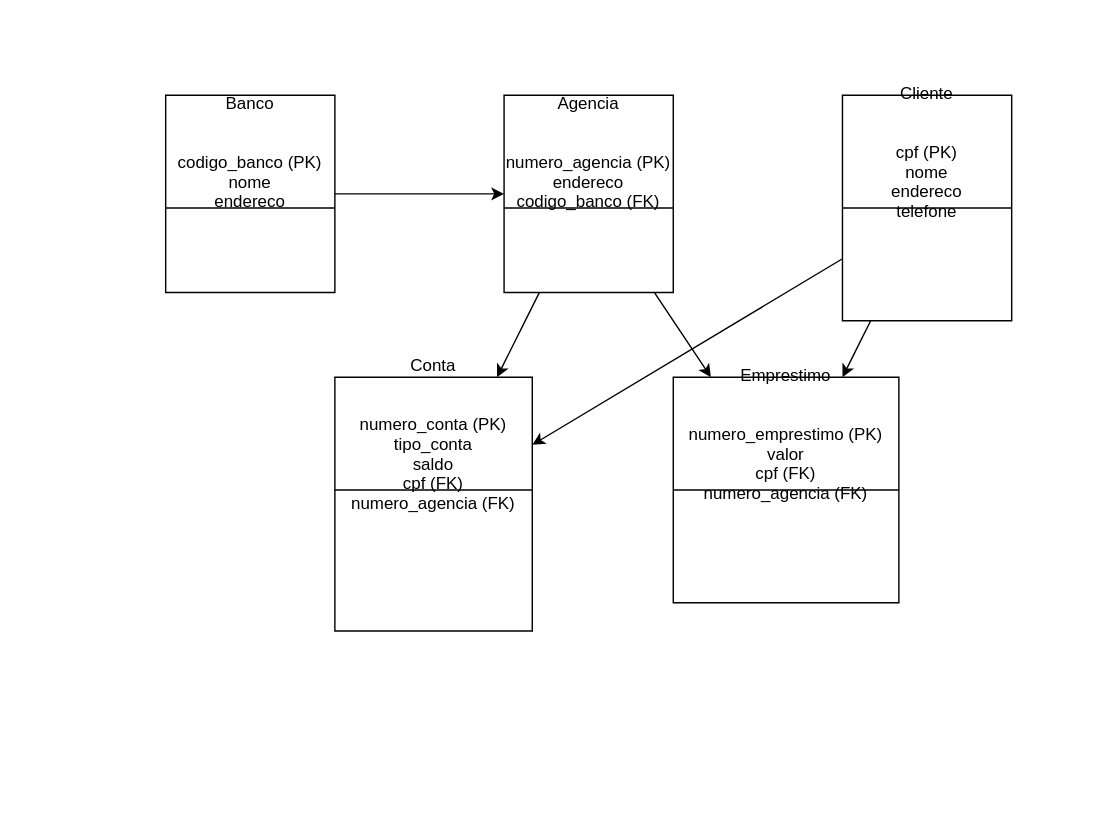
Earlier version of the draw.io diagram Untitled Diagram.drawio (gv01d/BD). Source tidied: cells renumbered, new cells numbered last; positions are measured from the earlier drawing's top-left corner, leaving out a move shared by most shapes. Both pictures are drawn from the tidied source at 141%, with x=0, y=0 at pixel (165, 94).
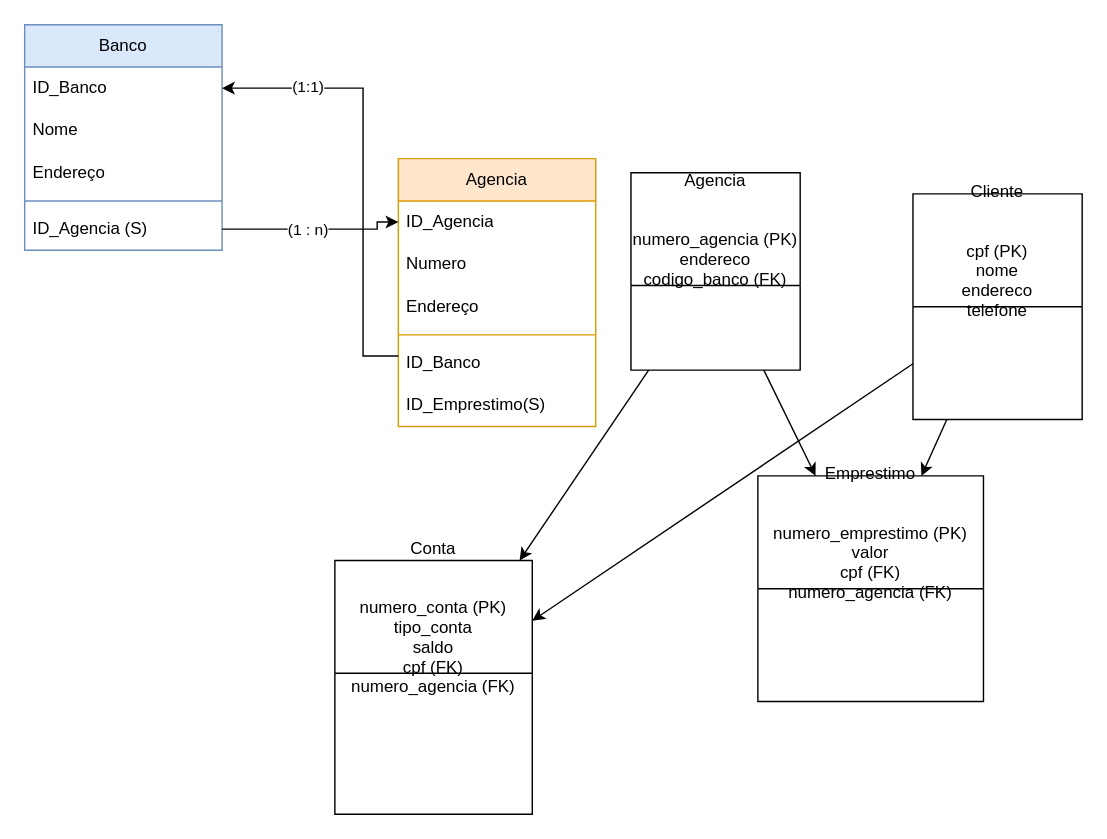
Above is the later version.

Diff of the diagram source:
```diff
@@
-    <mxCell id="2" value="Banco&#10;&#10;&#10;codigo_banco (PK)&#10;nome&#10;endereco" style="shape=swimlane;horizontal=1;startSize=80;swimlaneFillColor=#ffffff;" parent="1" vertex="1">
-      <mxGeometry width="120" height="140" as="geometry" />
-    </mxCell>
     <mxCell id="3" value="Agencia&#10;&#10;&#10;numero_agencia (PK)&#10;endereco&#10;codigo_banco (FK)" style="shape=swimlane;horizontal=1;startSize=80;swimlaneFillColor=#ffffff;" parent="1" vertex="1">
-      <mxGeometry x="240" width="120" height="140" as="geometry" />
+      <mxGeometry x="330" y="55" width="120" height="140" as="geometry" />
     </mxCell>
     <mxCell id="4" value="Cliente&#10;&#10;&#10;cpf (PK)&#10;nome&#10;endereco&#10;telefone" style="shape=swimlane;horizontal=1;startSize=80;swimlaneFillColor=#ffffff;" parent="1" vertex="1">
-      <mxGeometry x="480" width="120" height="160" as="geometry" />
+      <mxGeometry x="530" y="70" width="120" height="160" as="geometry" />
     </mxCell>
     <mxCell id="5" value="Conta&#10;&#10;&#10;numero_conta (PK)&#10;tipo_conta&#10;saldo&#10;cpf (FK)&#10;numero_agencia (FK)" style="shape=swimlane;horizontal=1;startSize=80;swimlaneFillColor=#ffffff;" parent="1" vertex="1">
-      <mxGeometry x="120" y="200" width="140" height="180" as="geometry" />
+      <mxGeometry x="120" y="330" width="140" height="180" as="geometry" />
     </mxCell>
     <mxCell id="6" value="Emprestimo&#10;&#10;&#10;numero_emprestimo (PK)&#10;valor&#10;cpf (FK)&#10;numero_agencia (FK)" style="shape=swimlane;horizontal=1;startSize=80;swimlaneFillColor=#ffffff;" parent="1" vertex="1">
-      <mxGeometry x="360" y="200" width="160" height="160" as="geometry" />
+      <mxGeometry x="420" y="270" width="160" height="160" as="geometry" />
     </mxCell>
-    <mxCell id="7" parent="1" edge="1" source="2" target="3">
-      <mxGeometry relative="1" as="geometry" />
-    </mxCell>
@@
+    <mxCell id="12" value="Banco" style="swimlane;fontStyle=0;horizontal=1;startSize=30;whiteSpace=wrap;html=1;fillColor=#dae8fc;strokeColor=#6c8ebf;" parent="1" vertex="1">
+      <mxGeometry x="-100" y="-50" width="140" height="160" as="geometry" />
+    </mxCell>
+    <mxCell id="13" value="ID_Banco" style="text;strokeColor=none;fillColor=none;align=left;verticalAlign=middle;spacingLeft=4;spacingRight=4;overflow=hidden;points=[[0,0.5],[1,0.5]];portConstraint=eastwest;whiteSpace=wrap;html=1;" parent="12" vertex="1">
+      <mxGeometry y="30" width="140" height="30" as="geometry" />
+    </mxCell>
+    <mxCell id="14" value="Nome" style="text;strokeColor=none;fillColor=none;align=left;verticalAlign=middle;spacingLeft=4;spacingRight=4;overflow=hidden;whiteSpace=wrap;html=1;" parent="12" vertex="1">
+      <mxGeometry y="60" width="140" height="30" as="geometry" />
+    </mxCell>
+    <mxCell id="15" value="Endereço" style="text;strokeColor=none;fillColor=none;align=left;verticalAlign=middle;spacingLeft=4;spacingRight=4;overflow=hidden;whiteSpace=wrap;html=1;" parent="12" vertex="1">
+      <mxGeometry y="90" width="140" height="30" as="geometry" />
+    </mxCell>
+    <mxCell id="16" style="line;strokeWidth=1;html=1;fillColor=#dae8fc;strokeColor=#6c8ebf;" parent="12" vertex="1">
+      <mxGeometry y="120" width="140" height="10" as="geometry" />
+    </mxCell>
+    <mxCell id="17" value="ID_Agencia (S)" style="text;strokeColor=none;fillColor=none;align=left;verticalAlign=middle;spacingLeft=4;spacingRight=4;overflow=hidden;points=[[0,0.5],[1,0.5]];portConstraint=eastwest;whiteSpace=wrap;html=1;" parent="12" vertex="1">
+      <mxGeometry y="130" width="140" height="30" as="geometry" />
+    </mxCell>
+    <mxCell id="18" value="Agencia" style="swimlane;fontStyle=0;horizontal=1;startSize=30;whiteSpace=wrap;html=1;fillColor=#ffe6cc;strokeColor=#d79b00;" parent="1" vertex="1">
+      <mxGeometry x="165" y="45" width="140" height="190" as="geometry" />
+    </mxCell>
+    <mxCell id="19" value="ID_Agencia" style="text;strokeColor=none;fillColor=none;align=left;verticalAlign=middle;spacingLeft=4;spacingRight=4;overflow=hidden;points=[[0,0.5],[1,0.5]];portConstraint=eastwest;whiteSpace=wrap;html=1;" parent="18" vertex="1">
+      <mxGeometry y="30" width="140" height="30" as="geometry" />
+    </mxCell>
+    <mxCell id="20" value="Numero" style="text;strokeColor=none;fillColor=none;align=left;verticalAlign=middle;spacingLeft=4;spacingRight=4;overflow=hidden;whiteSpace=wrap;html=1;" parent="18" vertex="1">
+      <mxGeometry y="60" width="140" height="30" as="geometry" />
+    </mxCell>
+    <mxCell id="21" value="Endereço" style="text;strokeColor=none;fillColor=none;align=left;verticalAlign=middle;spacingLeft=4;spacingRight=4;overflow=hidden;whiteSpace=wrap;html=1;" parent="18" vertex="1">
+      <mxGeometry y="90" width="140" height="30" as="geometry" />
+    </mxCell>
+    <mxCell id="22" style="line;strokeWidth=1;html=1;fillColor=#ffe6cc;strokeColor=#d79b00;" parent="18" vertex="1">
+      <mxGeometry y="120" width="140" height="10" as="geometry" />
+    </mxCell>
+    <mxCell id="23" value="ID_Banco" style="text;strokeColor=none;fillColor=none;align=left;verticalAlign=middle;spacingLeft=4;spacingRight=4;overflow=hidden;points=[[0,0.5],[1,0.5]];portConstraint=eastwest;whiteSpace=wrap;html=1;" parent="18" vertex="1">
+      <mxGeometry y="130" width="140" height="30" as="geometry" />
+    </mxCell>
+    <mxCell id="24" value="ID_Emprestimo(S)" style="text;strokeColor=none;fillColor=none;align=left;verticalAlign=middle;spacingLeft=4;spacingRight=4;overflow=hidden;whiteSpace=wrap;html=1;" parent="18" vertex="1">
+      <mxGeometry y="160" width="140" height="30" as="geometry" />
+    </mxCell>
+    <mxCell id="25" style="edgeStyle=orthogonalEdgeStyle;rounded=0;jettySize=auto;html=1;" parent="1" edge="1" source="23" target="13">
+      <mxGeometry relative="1" as="geometry">
+        <Array as="points">
+          <mxPoint x="140" y="185" />
+          <mxPoint x="140" y="-5" />
+        </Array>
+      </mxGeometry>
+    </mxCell>
+    <mxCell id="26" value="(1:1)" style="edgeLabel;html=1;align=center;verticalAlign=middle;" parent="25" vertex="1">
+      <mxGeometry x="-0.05" y="5" relative="1" as="geometry">
+        <mxPoint x="-35" y="-66" as="offset" />
+      </mxGeometry>
+    </mxCell>
+    <mxCell id="27" style="edgeStyle=orthogonalEdgeStyle;rounded=0;jettySize=auto;html=1;" parent="1" edge="1" source="17" target="19">
+      <mxGeometry relative="1" as="geometry">
+        <Array as="points">
+          <mxPoint x="150" y="95" />
+          <mxPoint x="150" y="90" />
+        </Array>
+      </mxGeometry>
+    </mxCell>
+    <mxCell id="28" value="(1 : n)" style="edgeLabel;html=1;align=center;verticalAlign=middle;" parent="27" vertex="1">
+      <mxGeometry x="-0.19" y="1" relative="1" as="geometry">
+        <mxPoint x="7" y="1" as="offset" />
+      </mxGeometry>
+    </mxCell>
```
